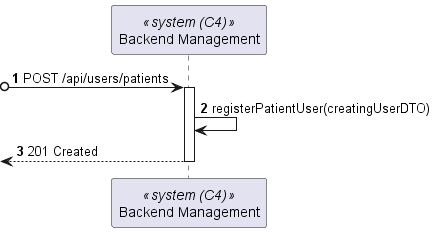
Before: docs/BackofficeUserRegister/views/level2/process-view.png, a diagram exported from PlantUML (Lapr5G21/sem5pi-24-25-3ddg21). Its diagram source:
```plantuml
@startuml

autonumber
participant SYS as "Backend Management" <<system (C4)>>

?o-> SYS : POST /api/users/patients
activate SYS

SYS -> SYS : registerPatientUser(creatingUserDTO)
<-- SYS : 201 Created
deactivate SYS


@enduml
```
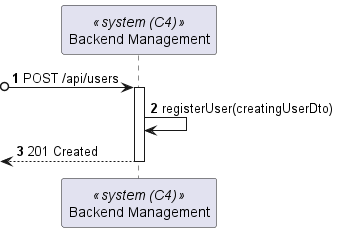
The same diagram one commit later.

What changed in the source:
```diff
@@ -3,12 +3,11 @@
 autonumber
 participant SYS as "Backend Management" <<system (C4)>>
 
-?o-> SYS : POST /api/users/patients
+?o-> SYS : POST /api/users
 activate SYS
 
-SYS -> SYS : registerPatientUser(creatingUserDTO)
+SYS -> SYS : registerUser(creatingUserDto)
 <-- SYS : 201 Created
 deactivate SYS
 
-
 @enduml
```
